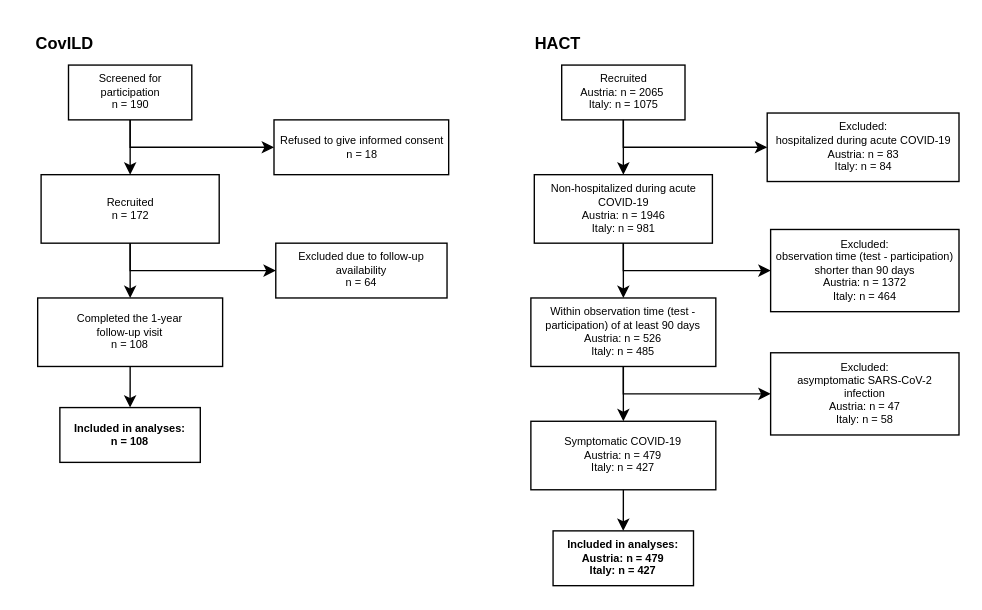
This is study consort/consort_diagram.drawio from PiotrTymoszuk/hyposmia_analysis_pipeline, a draw.io file, before an edit. Source tidied: cells renumbered, new cells numbered last; positions are measured from the earlier drawing's top-left corner, leaving out a move shared by most shapes. Both pictures are drawn from the tidied source at 137%, with x=0, y=0 at pixel (23, 23).
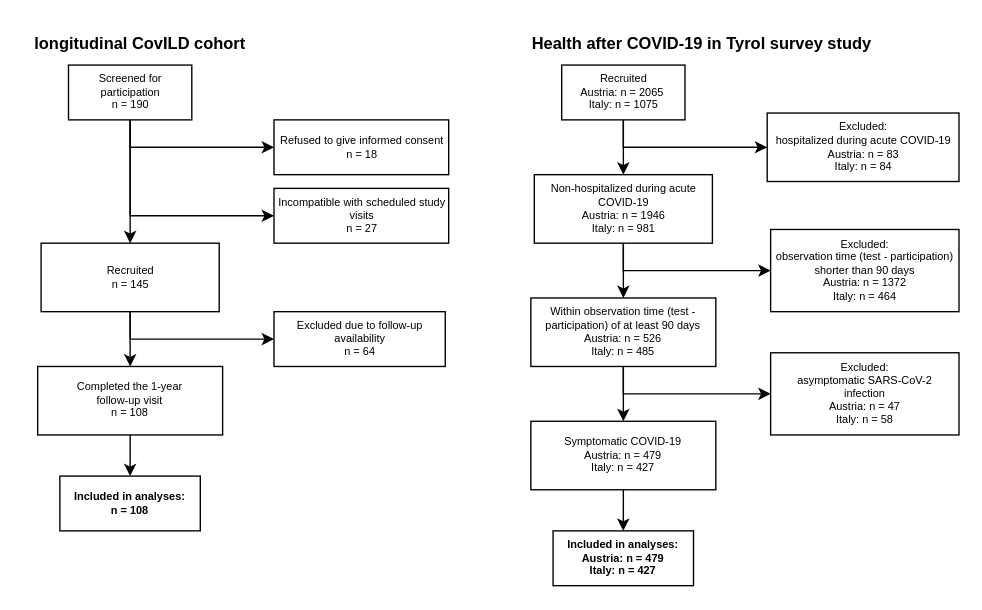
The same diagram, later.

The change refers to these unchanged cells:
```xml
<mxCell id="4" value="Screened for participation&lt;br style=&quot;font-size: 8px&quot;&gt;n = 190" style="rounded=0;whiteSpace=wrap;html=1;fontSize=8;" parent="1" vertex="1">
  <mxGeometry x="32.5" y="30" width="90" height="40" as="geometry" />
</mxCell>
```

Change to the diagram source:
```diff
@@
-    <mxCell id="2" value="CovILD" style="text;html=1;strokeColor=none;fillColor=none;align=center;verticalAlign=middle;whiteSpace=wrap;rounded=0;fontSize=12;fontStyle=1;" parent="1" vertex="1">
-      <mxGeometry width="60" height="30" as="geometry" />
+    <mxCell id="2" value="longitudinal CovILD cohort" style="text;html=1;strokeColor=none;fillColor=none;align=center;verticalAlign=middle;whiteSpace=wrap;rounded=0;fontSize=12;fontStyle=1;" parent="1" vertex="1">
+      <mxGeometry width="170" height="30" as="geometry" />
     </mxCell>
-    <mxCell id="3" value="HACT" style="text;html=1;strokeColor=none;fillColor=none;align=center;verticalAlign=middle;whiteSpace=wrap;rounded=0;fontSize=12;fontStyle=1;" parent="1" vertex="1">
-      <mxGeometry x="360" width="60" height="30" as="geometry" />
+    <mxCell id="3" value="Health after COVID-19 in Tyrol survey study" style="text;html=1;strokeColor=none;fillColor=none;align=center;verticalAlign=middle;whiteSpace=wrap;rounded=0;fontSize=12;fontStyle=1;" parent="1" vertex="1">
+      <mxGeometry x="360" width="270" height="30" as="geometry" />
     </mxCell>
+    <mxCell id="30" style="edgeStyle=orthogonalEdgeStyle;rounded=0;jettySize=auto;html=1;exitX=0.5;exitY=1;exitDx=0;exitDy=0;entryX=0;entryY=0.5;entryDx=0;entryDy=0;" parent="1" edge="1" source="4" target="31">
+      <mxGeometry relative="1" as="geometry" />
+    </mxCell>
@@
-    <mxCell id="5" value="Recruited&lt;br&gt;n = 172" style="rounded=0;whiteSpace=wrap;html=1;fontSize=8;" parent="1" vertex="1">
-      <mxGeometry x="12.5" y="110" width="130" height="50" as="geometry" />
+    <mxCell id="5" value="Recruited&lt;br&gt;n = 145" style="rounded=0;whiteSpace=wrap;html=1;fontSize=8;" parent="1" vertex="1">
+      <mxGeometry x="12.5" y="160" width="130" height="50" as="geometry" />
     </mxCell>
@@
     <mxCell id="7" value="Completed the 1-year &lt;br&gt;follow-up visit&lt;br&gt;n = 108" style="rounded=0;whiteSpace=wrap;html=1;fontSize=8;" parent="1" vertex="1">
-      <mxGeometry x="10" y="200" width="135" height="50" as="geometry" />
+      <mxGeometry x="10" y="250" width="135" height="50" as="geometry" />
     </mxCell>
@@
     <mxCell id="9" value="Included in analyses:&lt;br style=&quot;font-size: 8px&quot;&gt;n = 108" style="rounded=0;whiteSpace=wrap;html=1;fontStyle=1;fontSize=8;" parent="1" vertex="1">
-      <mxGeometry x="26.2" y="280" width="102.5" height="40" as="geometry" />
+      <mxGeometry x="26.2" y="330" width="102.5" height="40" as="geometry" />
     </mxCell>
@@
     <mxCell id="13" value="Excluded due to follow-up availability&lt;br&gt;n = 64" style="rounded=0;whiteSpace=wrap;html=1;fontSize=8;" parent="1" vertex="1">
-      <mxGeometry x="183.8" y="160" width="125" height="40" as="geometry" />
+      <mxGeometry x="182.5" y="210" width="125" height="40" as="geometry" />
     </mxCell>
     <mxCell id="14" style="edgeStyle=orthogonalEdgeStyle;rounded=0;jettySize=auto;html=1;entryX=0;entryY=0.5;entryDx=0;entryDy=0;fontSize=8;" parent="1" edge="1" source="5" target="13">
       <mxGeometry x="10" y="30" as="geometry">
         <Array as="points">
-          <mxPoint x="77.5" y="180" />
-          <mxPoint x="184.5" y="180" />
+          <mxPoint x="77" y="230" />
         </Array>
       </mxGeometry>
     </mxCell>
@@
+    <mxCell id="31" value="Incompatible with scheduled study visits&lt;br&gt;n = 27" style="rounded=0;whiteSpace=wrap;html=1;fontSize=8;" parent="1" vertex="1">
+      <mxGeometry x="182.5" y="120" width="127.5" height="40" as="geometry" />
+    </mxCell>
```
